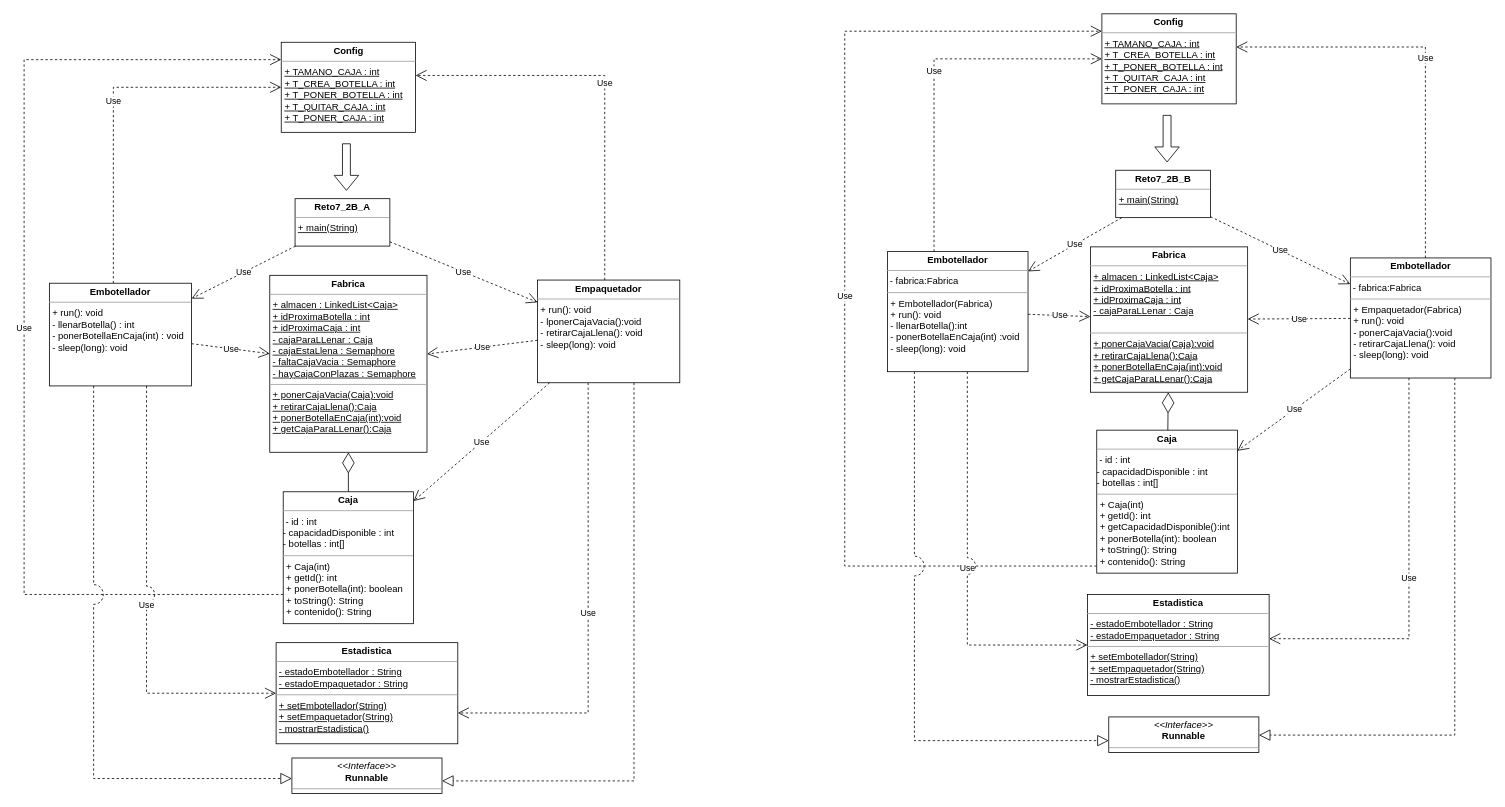
Earlier version of the draw.io diagram documentos/2b.drawio (josebailoneduca/PSPRO_Reto7). Source tidied: cells renumbered, new cells numbered last; positions are measured from the earlier drawing's top-left corner, leaving out a move shared by most shapes. Both pictures are drawn from the tidied source at 79%, with x=0, y=0 at pixel (24, 13).
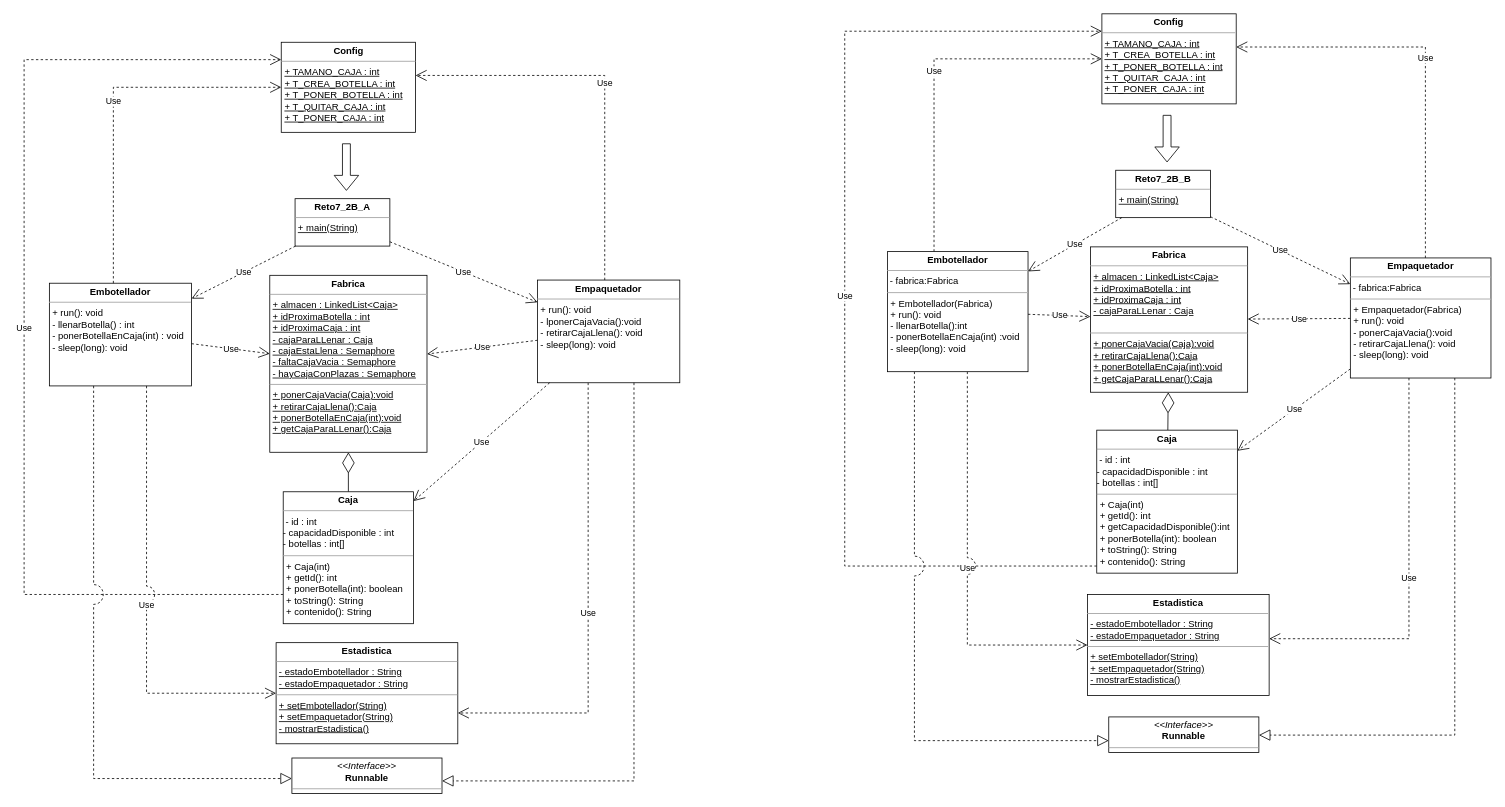
Above is the later version.

Diff of the diagram source:
```diff
@@
-    <mxCell id="45" value="&lt;p style=&quot;margin:0px;margin-top:4px;text-align:center;&quot;&gt;&lt;b&gt;Embotellador&lt;/b&gt;&lt;br&gt;&lt;/p&gt;&lt;hr size=&quot;1&quot;&gt;&lt;p style=&quot;margin:0px;margin-left:4px;&quot;&gt;&lt;/p&gt;&amp;nbsp;- fabrica:Fabrica&lt;br&gt;&lt;hr size=&quot;1&quot;&gt;&lt;p style=&quot;margin:0px;margin-left:4px;&quot;&gt;+&amp;nbsp;&lt;span style=&quot;background-color: initial;&quot;&gt;Empaquetador(Fabrica)&lt;/span&gt;&lt;/p&gt;&lt;p style=&quot;margin:0px;margin-left:4px;&quot;&gt;+ run(): void&lt;/p&gt;&lt;p style=&quot;margin:0px;margin-left:4px;&quot;&gt;-&amp;nbsp;&lt;span style=&quot;background-color: initial;&quot;&gt;ponerCajaVacia():void&lt;/span&gt;&lt;/p&gt;&lt;p style=&quot;margin:0px;margin-left:4px;&quot;&gt;- retirarCajaLlena(): void&lt;/p&gt;&lt;p style=&quot;margin:0px;margin-left:4px;&quot;&gt;- sleep(long): void&lt;/p&gt;" style="verticalAlign=top;align=left;overflow=fill;fontSize=12;fontFamily=Helvetica;html=1;" parent="1" vertex="1">
+    <mxCell id="45" value="&lt;p style=&quot;margin:0px;margin-top:4px;text-align:center;&quot;&gt;&lt;b&gt;Empaquetador&lt;/b&gt;&lt;br&gt;&lt;/p&gt;&lt;hr size=&quot;1&quot;&gt;&lt;p style=&quot;margin:0px;margin-left:4px;&quot;&gt;&lt;/p&gt;&amp;nbsp;- fabrica:Fabrica&lt;br&gt;&lt;hr size=&quot;1&quot;&gt;&lt;p style=&quot;margin:0px;margin-left:4px;&quot;&gt;+&amp;nbsp;&lt;span style=&quot;background-color: initial;&quot;&gt;Empaquetador(Fabrica)&lt;/span&gt;&lt;/p&gt;&lt;p style=&quot;margin:0px;margin-left:4px;&quot;&gt;+ run(): void&lt;/p&gt;&lt;p style=&quot;margin:0px;margin-left:4px;&quot;&gt;-&amp;nbsp;&lt;span style=&quot;background-color: initial;&quot;&gt;ponerCajaVacia():void&lt;/span&gt;&lt;/p&gt;&lt;p style=&quot;margin:0px;margin-left:4px;&quot;&gt;- retirarCajaLlena(): void&lt;/p&gt;&lt;p style=&quot;margin:0px;margin-left:4px;&quot;&gt;- sleep(long): void&lt;/p&gt;" style="verticalAlign=top;align=left;overflow=fill;fontSize=12;fontFamily=Helvetica;html=1;" parent="1" vertex="1">
       <mxGeometry x="1678.8" y="309" width="178" height="152" as="geometry" />
     </mxCell>
```
